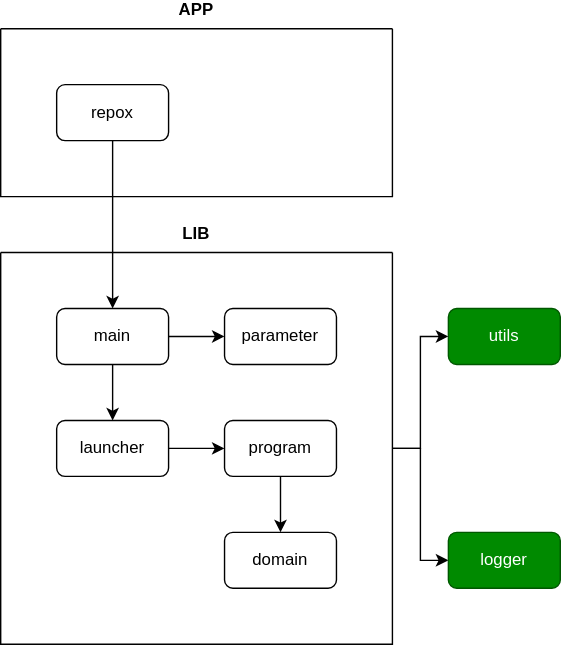
The draw.io diagram docs/dependency.svg in jaqba98/repox, before a commit. Source tidied: cells renumbered, new cells last; positions are measured from the earlier drawing's top-left corner, leaving out a move shared by most shapes.
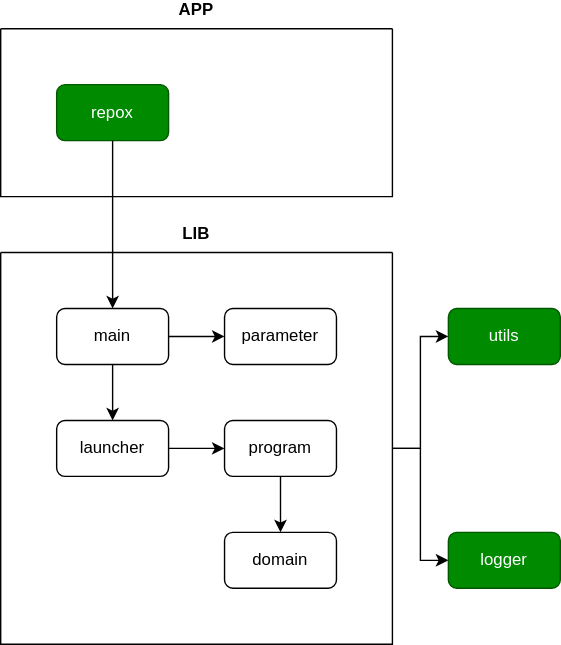
After the change.

Commit message:
refactor: fix the apps/repox

What changed in the source:
```diff
@@ -47,7 +47,7 @@
     <mxCell id="16" value="APP&#10;&#10;" style="swimlane;startSize=0;" parent="1" vertex="1">
       <mxGeometry width="280" height="120" as="geometry" />
     </mxCell>
-    <mxCell id="17" value="repox" style="rounded=1;whiteSpace=wrap;html=1;" parent="16" vertex="1">
+    <mxCell id="17" value="repox" style="rounded=1;whiteSpace=wrap;html=1;fillColor=#008a00;fontColor=#ffffff;strokeColor=#005700;" parent="16" vertex="1">
       <mxGeometry x="40" y="40" width="80" height="40" as="geometry" />
     </mxCell>
     <mxCell id="18" style="edgeStyle=orthogonalEdgeStyle;rounded=0;jettySize=auto;html=1;" parent="1" edge="1" source="17" target="7">
```
